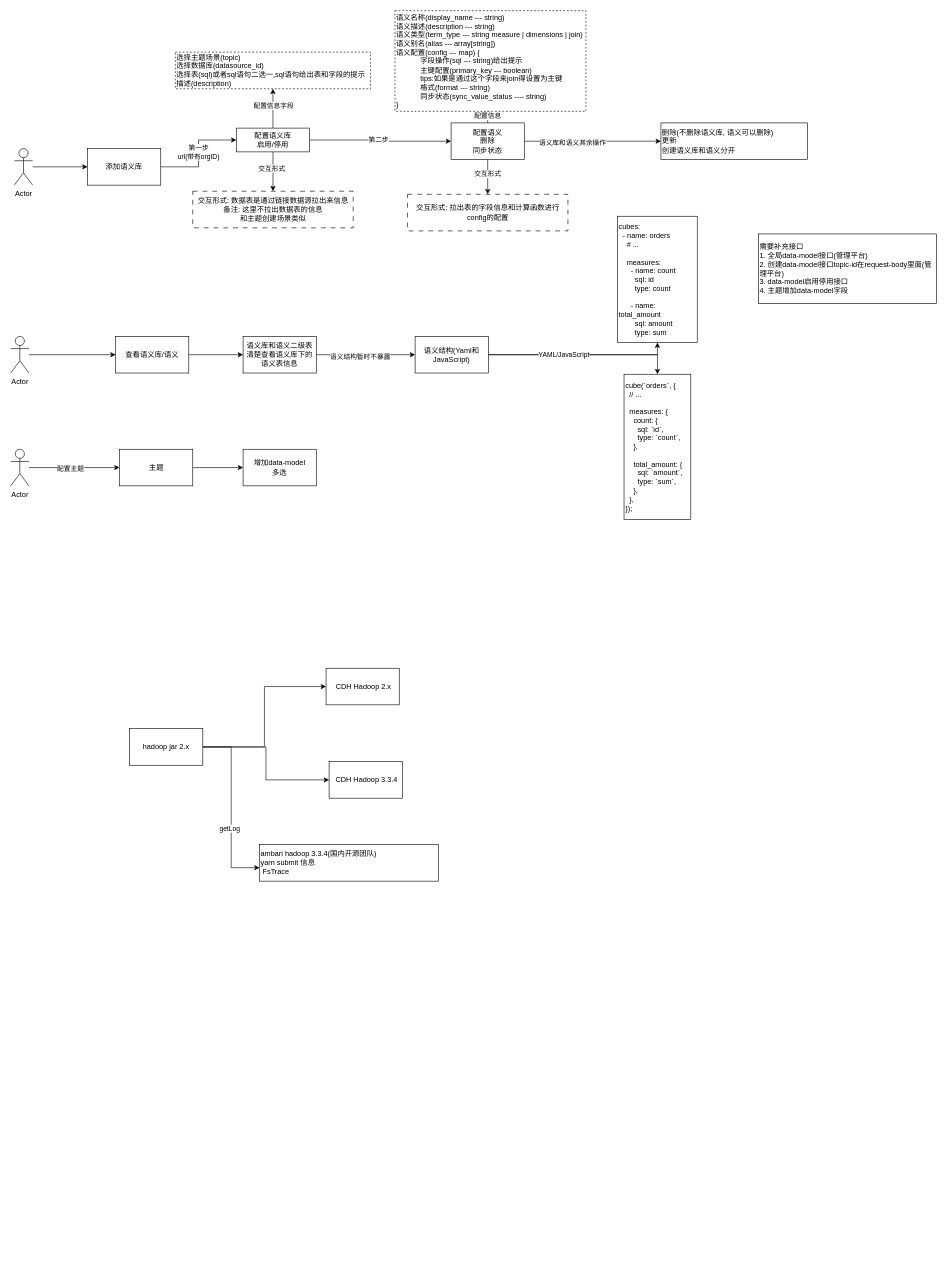
JackDan9/soil keeps this draw.io diagram as cubejs.drawio. Above is the earlier version. Source tidied: cells renumbered, new cells numbered last; positions are measured from the earlier drawing's top-left corner, leaving out a move shared by most shapes. Both pictures are drawn from the tidied source at 61%, with x=0, y=0 at pixel (10, 10).
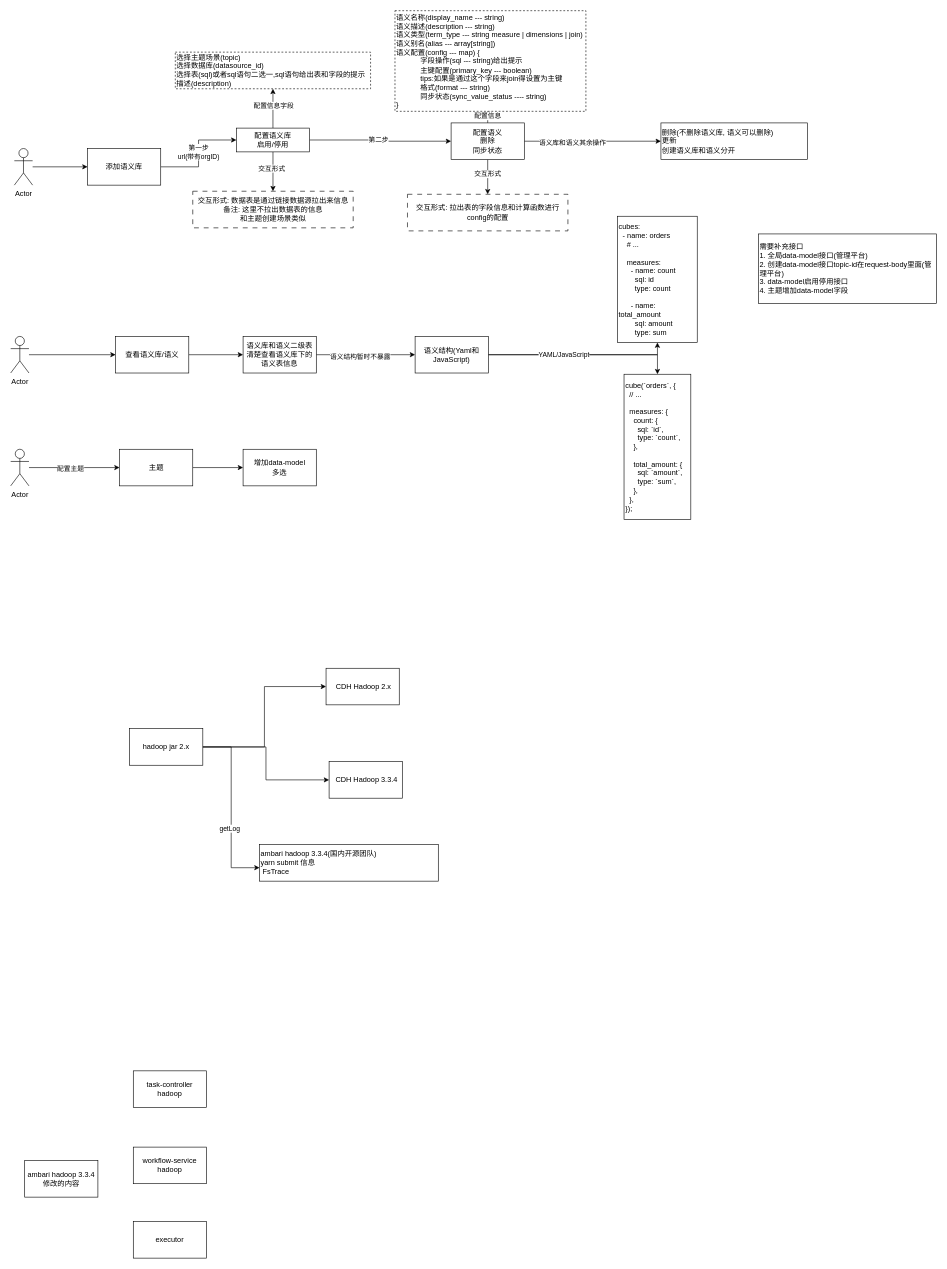
The same diagram, later.

What changed in the source:
```diff
@@
+    <mxCell id="54" value="ambari hadoop 3.3.4&lt;br&gt;修改的内容" style="rounded=0;whiteSpace=wrap;html=1;" parent="1" vertex="1">
+      <mxGeometry x="23" y="1885" width="120" height="60" as="geometry" />
+    </mxCell>
+    <mxCell id="55" value="task-controller&lt;br&gt;hadoop" style="rounded=0;whiteSpace=wrap;html=1;" parent="1" vertex="1">
+      <mxGeometry x="201" y="1738" width="120" height="60" as="geometry" />
+    </mxCell>
+    <mxCell id="56" value="workflow-service&lt;br&gt;hadoop" style="rounded=0;whiteSpace=wrap;html=1;" parent="1" vertex="1">
+      <mxGeometry x="201" y="1863" width="120" height="60" as="geometry" />
+    </mxCell>
+    <mxCell id="57" value="executor" style="rounded=0;whiteSpace=wrap;html=1;" parent="1" vertex="1">
+      <mxGeometry x="201" y="1985" width="120" height="60" as="geometry" />
+    </mxCell>
```
